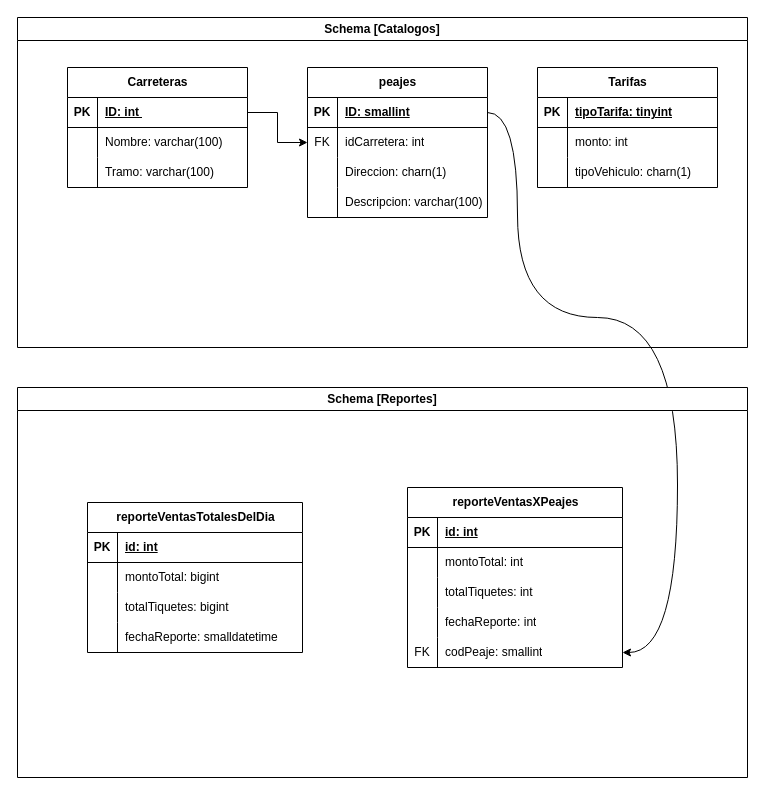
Above: page "DB-CENTRAL-TABLAS" (2 of 4) of diagramas/DISEÑO DE SISTEMA.drawio in randy-naranjo/proyecto-bd (draw.io), before the change. Source tidied: cells renumbered, new cells numbered last; positions are measured from the earlier drawing's top-left corner, leaving out a move shared by most shapes. Both pictures are drawn from the tidied source at 100%, with x=0, y=0 at pixel (17, 17).
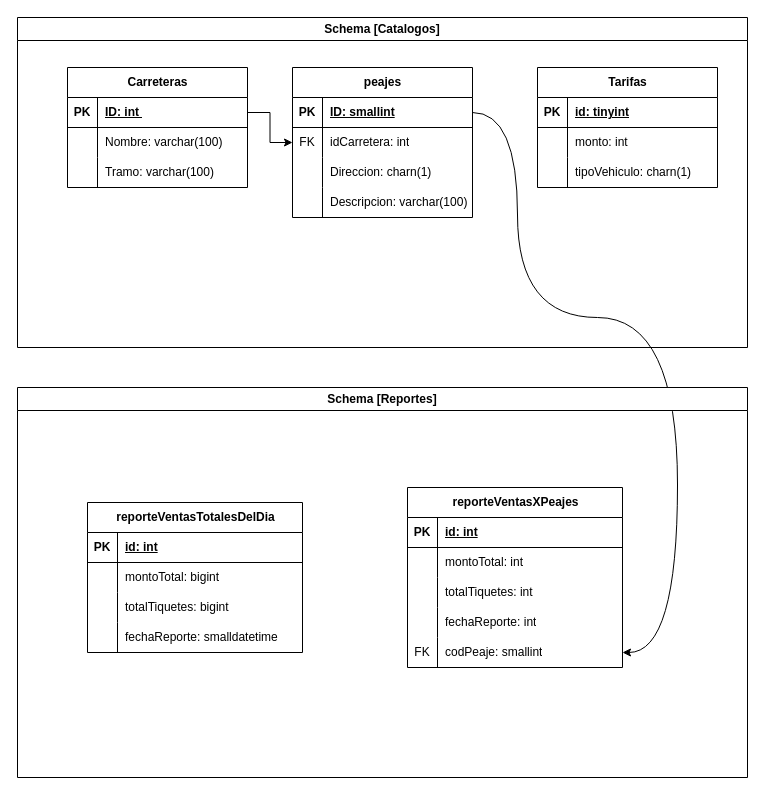
The same diagram, later.

The change refers to these unchanged cells:
```xml
<mxCell id="3" value="Schema [Catalogos]" style="swimlane;whiteSpace=wrap;html=1;" parent="1" vertex="1">
  <mxGeometry width="730" height="330" as="geometry" />
</mxCell>
<mxCell id="29" style="shape=tableRow;horizontal=0;startSize=0;swimlaneHead=0;swimlaneBody=0;fillColor=none;top=0;left=0;right=0;bottom=1;" parent="28" vertex="1">
  <mxGeometry y="30" width="180" height="30" as="geometry" />
</mxCell>
```

What changed in the source:
```diff
@@
     <mxCell id="14" value="peajes" style="shape=table;startSize=30;childLayout=tableLayout;rowLines=0;fontStyle=1;align=center;html=1;" parent="3" vertex="1">
-      <mxGeometry x="290" y="50" width="180" height="150" as="geometry" />
+      <mxGeometry x="275" y="50" width="180" height="150" as="geometry" />
     </mxCell>
@@
-    <mxCell id="31" value="tipoTarifa: tinyint" style="shape=partialRectangle;fillColor=none;top=0;left=0;bottom=0;right=0;align=left;spacingLeft=6;fontStyle=5;overflow=hidden;whiteSpace=wrap;html=1;" parent="29" vertex="1">
+    <mxCell id="31" value="id: tinyint" style="shape=partialRectangle;fillColor=none;top=0;left=0;bottom=0;right=0;align=left;spacingLeft=6;fontStyle=5;overflow=hidden;whiteSpace=wrap;html=1;" parent="29" vertex="1">
       <mxGeometry x="30" width="150" height="30" as="geometry" />
     </mxCell>
```
